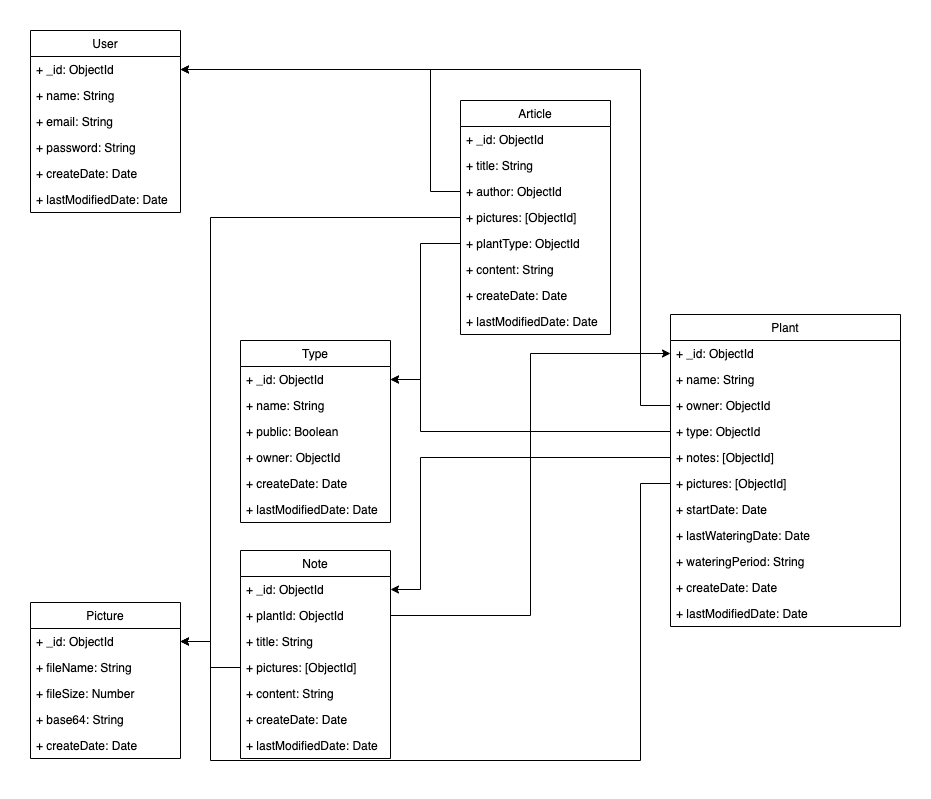
Earlier version of the draw.io export MyPlantNote.db_schema.png (BoChenHuang/MyPlantNote_backend). Source tidied: cells renumbered, new cells last; positions are measured from the earlier drawing's top-left corner, leaving out a move shared by most shapes.
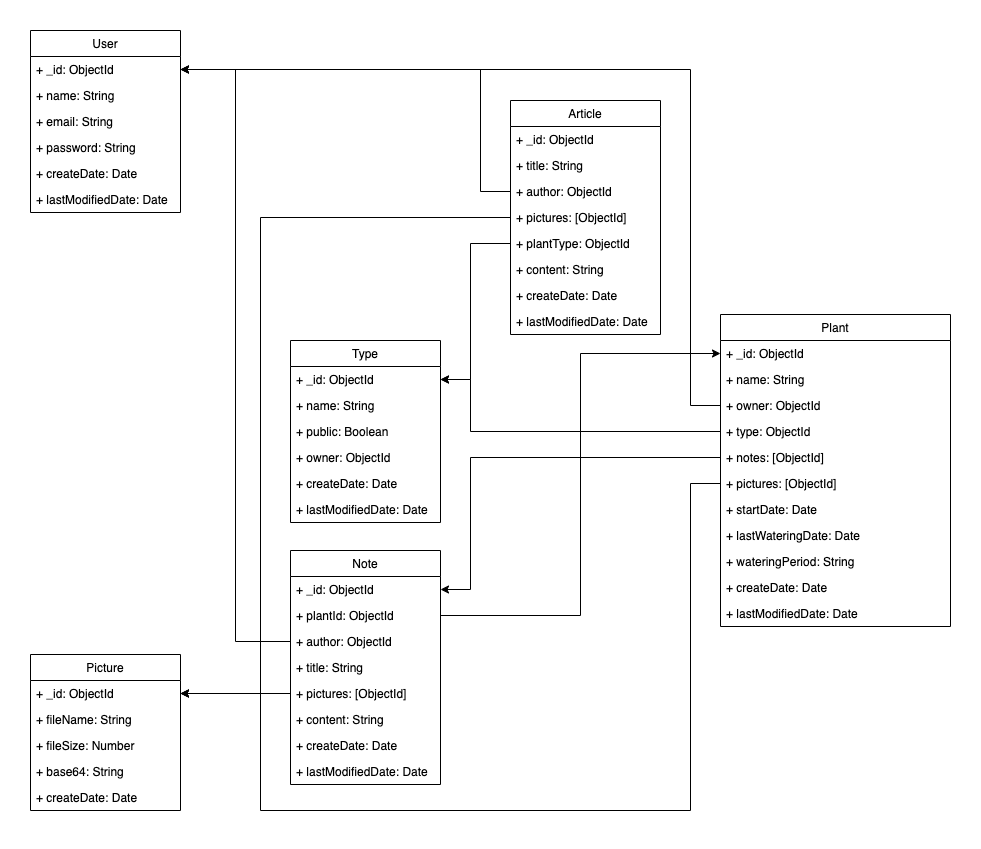
The same file after the commit.

What changed in the source:
```diff
@@ -3,7 +3,7 @@
     <mxCell id="0" />
     <mxCell id="1" parent="0" />
     <mxCell id="2" value="User" style="swimlane;fontStyle=0;horizontal=1;startSize=26;fillColor=none;" parent="1" vertex="1">
-      <mxGeometry width="150" height="182" as="geometry" />
+      <mxGeometry x="-50" width="150" height="182" as="geometry" />
     </mxCell>
     <mxCell id="3" value="+ _id: ObjectId" style="text;strokeColor=none;fillColor=none;align=left;verticalAlign=top;spacingLeft=4;spacingRight=4;overflow=hidden;points=[[0,0.5],[1,0.5]];portConstraint=eastwest;" parent="2" vertex="1">
       <mxGeometry y="26" width="150" height="26" as="geometry" />
@@ -81,7 +81,7 @@
       <mxGeometry y="156" width="150" height="26" as="geometry" />
     </mxCell>
     <mxCell id="28" value="Picture" style="swimlane;fontStyle=0;horizontal=1;startSize=26;fillColor=none;" parent="1" vertex="1">
-      <mxGeometry y="572" width="150" height="156" as="geometry" />
+      <mxGeometry x="-50" y="624" width="150" height="156" as="geometry" />
     </mxCell>
     <mxCell id="29" value="+ _id: ObjectId" style="text;strokeColor=none;fillColor=none;align=left;verticalAlign=top;spacingLeft=4;spacingRight=4;overflow=hidden;points=[[0,0.5],[1,0.5]];portConstraint=eastwest;" parent="28" vertex="1">
       <mxGeometry y="26" width="150" height="26" as="geometry" />
@@ -99,7 +99,7 @@
       <mxGeometry y="130" width="150" height="26" as="geometry" />
     </mxCell>
     <mxCell id="34" value="Note" style="swimlane;fontStyle=0;horizontal=1;startSize=26;fillColor=none;" parent="1" vertex="1">
-      <mxGeometry x="210" y="520" width="150" height="208" as="geometry" />
+      <mxGeometry x="210" y="520" width="150" height="234" as="geometry" />
     </mxCell>
     <mxCell id="35" value="+ _id: ObjectId" style="text;strokeColor=none;fillColor=none;align=left;verticalAlign=top;spacingLeft=4;spacingRight=4;overflow=hidden;points=[[0,0.5],[1,0.5]];portConstraint=eastwest;" parent="34" vertex="1">
       <mxGeometry y="26" width="150" height="26" as="geometry" />
@@ -107,20 +107,23 @@
     <mxCell id="36" value="+ plantId: ObjectId" style="text;strokeColor=none;fillColor=none;align=left;verticalAlign=top;spacingLeft=4;spacingRight=4;overflow=hidden;points=[[0,0.5],[1,0.5]];portConstraint=eastwest;" parent="34" vertex="1">
       <mxGeometry y="52" width="150" height="26" as="geometry" />
     </mxCell>
+    <mxCell id="61" value="+ author: ObjectId" style="text;strokeColor=none;fillColor=none;align=left;verticalAlign=top;spacingLeft=4;spacingRight=4;overflow=hidden;points=[[0,0.5],[1,0.5]];portConstraint=eastwest;" parent="34" vertex="1">
+      <mxGeometry y="78" width="150" height="26" as="geometry" />
+    </mxCell>
     <mxCell id="37" value="+ title: String" style="text;strokeColor=none;fillColor=none;align=left;verticalAlign=top;spacingLeft=4;spacingRight=4;overflow=hidden;" parent="34" vertex="1">
-      <mxGeometry y="78" width="150" height="26" as="geometry" />
+      <mxGeometry y="104" width="150" height="26" as="geometry" />
     </mxCell>
     <mxCell id="38" value="+ pictures: [ObjectId]" style="text;strokeColor=none;fillColor=none;align=left;verticalAlign=top;spacingLeft=4;spacingRight=4;overflow=hidden;points=[[0,0.5],[1,0.5]];portConstraint=eastwest;" parent="34" vertex="1">
-      <mxGeometry y="104" width="150" height="26" as="geometry" />
+      <mxGeometry y="130" width="150" height="26" as="geometry" />
     </mxCell>
     <mxCell id="39" value="+ content: String" style="text;strokeColor=none;fillColor=none;align=left;verticalAlign=top;spacingLeft=4;spacingRight=4;overflow=hidden;" parent="34" vertex="1">
-      <mxGeometry y="130" width="150" height="26" as="geometry" />
+      <mxGeometry y="156" width="150" height="26" as="geometry" />
     </mxCell>
     <mxCell id="40" value="+ createDate: Date" style="text;strokeColor=none;fillColor=none;align=left;verticalAlign=top;spacingLeft=4;spacingRight=4;overflow=hidden;" parent="34" vertex="1">
-      <mxGeometry y="156" width="150" height="26" as="geometry" />
+      <mxGeometry y="182" width="150" height="26" as="geometry" />
     </mxCell>
     <mxCell id="41" value="+ lastModifiedDate: Date" style="text;strokeColor=none;fillColor=none;align=left;verticalAlign=top;spacingLeft=4;spacingRight=4;overflow=hidden;" parent="34" vertex="1">
-      <mxGeometry y="182" width="150" height="26" as="geometry" />
+      <mxGeometry y="208" width="150" height="26" as="geometry" />
     </mxCell>
     <mxCell id="42" style="edgeStyle=orthogonalEdgeStyle;rounded=0;jettySize=auto;html=1;exitX=0;exitY=0.5;exitDx=0;exitDy=0;entryX=1;entryY=0.5;entryDx=0;entryDy=0;" parent="1" edge="1" source="x" target="3">
       <mxGeometry relative="1" as="geometry">
@@ -189,6 +192,17 @@
         </Array>
       </mxGeometry>
     </mxCell>
+    <mxCell id="59" style="edgeStyle=orthogonalEdgeStyle;rounded=0;jettySize=auto;html=1;" parent="1" edge="1" source="48" target="22">
+      <mxGeometry relative="1" as="geometry">
+        <Array as="points">
+          <mxPoint x="390" y="213" />
+          <mxPoint x="390" y="349" />
+        </Array>
+      </mxGeometry>
+    </mxCell>
+    <mxCell id="60" style="edgeStyle=orthogonalEdgeStyle;rounded=0;jettySize=auto;html=1;" parent="1" edge="1" source="36" target="10">
+      <mxGeometry relative="1" as="geometry" />
+    </mxCell>
     <mxCell id="56" style="edgeStyle=orthogonalEdgeStyle;rounded=0;jettySize=auto;html=1;" parent="1" edge="1" source="38" target="29">
       <mxGeometry relative="1" as="geometry" />
     </mxCell>
@@ -196,30 +210,22 @@
       <mxGeometry relative="1" as="geometry">
         <Array as="points">
           <mxPoint x="610" y="453" />
-          <mxPoint x="610" y="730" />
-          <mxPoint x="180" y="730" />
-          <mxPoint x="180" y="611" />
+          <mxPoint x="610" y="780" />
+          <mxPoint x="180" y="780" />
+          <mxPoint x="180" y="663" />
         </Array>
       </mxGeometry>
     </mxCell>
-    <mxCell id="58" style="edgeStyle=orthogonalEdgeStyle;rounded=0;jettySize=auto;html=1;" parent="1" edge="1" source="47" target="29">
+    <mxCell id="58" style="edgeStyle=orthogonalEdgeStyle;rounded=0;jettySize=auto;html=1;exitX=0;exitY=0.5;exitDx=0;exitDy=0;" parent="1" edge="1" source="47" target="29">
       <mxGeometry relative="1" as="geometry">
         <Array as="points">
           <mxPoint x="180" y="187" />
-          <mxPoint x="180" y="611" />
+          <mxPoint x="180" y="663" />
         </Array>
       </mxGeometry>
     </mxCell>
-    <mxCell id="59" style="edgeStyle=orthogonalEdgeStyle;rounded=0;jettySize=auto;html=1;" parent="1" edge="1" source="48" target="22">
-      <mxGeometry relative="1" as="geometry">
-        <Array as="points">
-          <mxPoint x="390" y="213" />
-          <mxPoint x="390" y="349" />
-        </Array>
-      </mxGeometry>
-    </mxCell>
-    <mxCell id="60" style="edgeStyle=orthogonalEdgeStyle;rounded=0;jettySize=auto;html=1;" parent="1" edge="1" source="36" target="10">
-      <mxGeometry relative="1" as="geometry" />
-    </mxCell>
+    <mxCell id="62" style="edgeStyle=orthogonalEdgeStyle;rounded=0;jettySize=auto;html=1;exitX=0;exitY=0.5;exitDx=0;exitDy=0;" parent="1" edge="1" source="61" target="3">
+      <mxGeometry relative="1" as="geometry" />
+    </mxCell>
   </root>
 </mxGraphModel>
```
